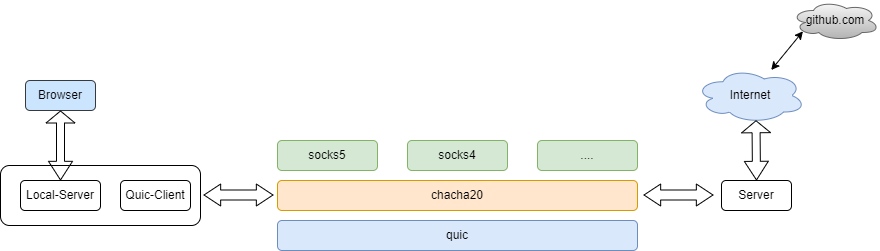
Above: qproxy.png in lkyzhu/qproxy (draw.io), before the change. Source tidied: cells renumbered, new cells last; positions are measured from the earlier drawing's top-left corner, leaving out a move shared by most shapes.
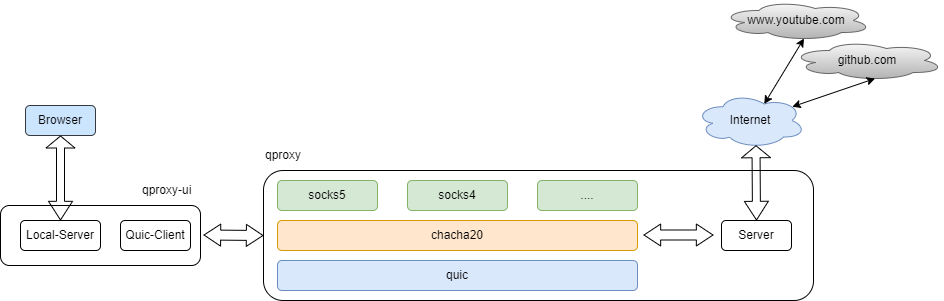
After the commit.

Change to the diagram source:
```diff
@@ -2,11 +2,14 @@
   <root>
     <mxCell id="0" />
     <mxCell id="1" parent="0" />
+    <mxCell id="19" style="rounded=1;whiteSpace=wrap;html=1;" parent="1" vertex="1">
+      <mxGeometry x="263" y="130" width="550" height="130" as="geometry" />
+    </mxCell>
     <mxCell id="2" style="rounded=1;whiteSpace=wrap;html=1;" parent="1" vertex="1">
       <mxGeometry y="165" width="200" height="60" as="geometry" />
     </mxCell>
     <mxCell id="3" value="Internet" style="ellipse;shape=cloud;whiteSpace=wrap;html=1;fillColor=#dae8fc;strokeColor=#6c8ebf;" parent="1" vertex="1">
-      <mxGeometry x="695" y="67.5" width="110" height="55" as="geometry" />
+      <mxGeometry x="695" y="52.5" width="110" height="55" as="geometry" />
     </mxCell>
     <mxCell id="4" value="Local-Server" style="rounded=1;whiteSpace=wrap;html=1;" parent="1" vertex="1">
       <mxGeometry x="20" y="180" width="80" height="30" as="geometry" />
@@ -33,7 +36,7 @@
       <mxGeometry x="277" y="180" width="360" height="30" as="geometry" />
     </mxCell>
     <mxCell id="12" value="Browser" style="rounded=1;whiteSpace=wrap;html=1;fillColor=#cce5ff;strokeColor=#36393d;" parent="1" vertex="1">
-      <mxGeometry x="25" y="80" width="70" height="30" as="geometry" />
+      <mxGeometry x="25" y="65" width="70" height="30" as="geometry" />
     </mxCell>
     <mxCell id="13" style="shape=flexArrow;endArrow=classic;startArrow=classic;html=1;rounded=0;entryX=0.5;entryY=1;entryDx=0;entryDy=0;exitX=0.5;exitY=0;exitDx=0;exitDy=0;width=8;endSize=3.67;startSize=5.89;startWidth=15;" parent="1" edge="1" source="4" target="12">
       <mxGeometry relative="1" as="geometry" />
@@ -52,14 +55,26 @@
     <mxCell id="16" style="shape=flexArrow;endArrow=classic;startArrow=classic;html=1;rounded=0;endWidth=11;endSize=5.22;startWidth=11;startSize=5.22;" parent="1" edge="1">
       <mxGeometry relative="1" as="geometry">
         <mxPoint x="203" y="194.5" as="sourcePoint" />
-        <mxPoint x="273" y="194.5" as="targetPoint" />
+        <mxPoint x="263" y="195" as="targetPoint" />
       </mxGeometry>
     </mxCell>
     <mxCell id="17" value="github.com" style="ellipse;shape=cloud;whiteSpace=wrap;html=1;fillColor=#f5f5f5;strokeColor=#666666;gradientColor=#b3b3b3;" parent="1" vertex="1">
-      <mxGeometry x="791" width="88" height="40" as="geometry" />
+      <mxGeometry x="791" width="152" height="40" as="geometry" />
     </mxCell>
-    <mxCell id="18" style="endArrow=classic;startArrow=classic;html=1;rounded=0;entryX=0.13;entryY=0.77;entryDx=0;entryDy=0;entryPerimeter=0;" parent="1" edge="1" source="3" target="17">
+    <mxCell id="18" style="endArrow=classic;startArrow=classic;html=1;rounded=0;entryX=0.55;entryY=0.95;entryDx=0;entryDy=0;entryPerimeter=0;exitX=0.88;exitY=0.25;exitDx=0;exitDy=0;exitPerimeter=0;" parent="1" edge="1" source="3" target="17">
       <mxGeometry relative="1" as="geometry" />
     </mxCell>
+    <mxCell id="20" value="www.youtube.com" style="ellipse;shape=cloud;whiteSpace=wrap;html=1;fillColor=#f5f5f5;strokeColor=#666666;gradientColor=#b3b3b3;" parent="1" vertex="1">
+      <mxGeometry x="721" y="-40" width="150" height="40" as="geometry" />
+    </mxCell>
+    <mxCell id="21" style="endArrow=classic;startArrow=classic;html=1;rounded=0;exitX=0.625;exitY=0.2;exitDx=0;exitDy=0;exitPerimeter=0;entryX=0.55;entryY=0.95;entryDx=0;entryDy=0;entryPerimeter=0;" parent="1" edge="1" source="3" target="20">
+      <mxGeometry relative="1" as="geometry" />
+    </mxCell>
+    <mxCell id="22" value="qproxy" style="text;html=1;strokeColor=none;fillColor=none;align=left;verticalAlign=middle;whiteSpace=wrap;rounded=0;" parent="1" vertex="1">
+      <mxGeometry x="263" y="100" width="60" height="30" as="geometry" />
+    </mxCell>
+    <mxCell id="23" value="qproxy-ui" style="text;html=1;strokeColor=none;fillColor=none;align=left;verticalAlign=middle;whiteSpace=wrap;rounded=0;" parent="1" vertex="1">
+      <mxGeometry x="140" y="135" width="60" height="30" as="geometry" />
+    </mxCell>
   </root>
 </mxGraphModel>
```
